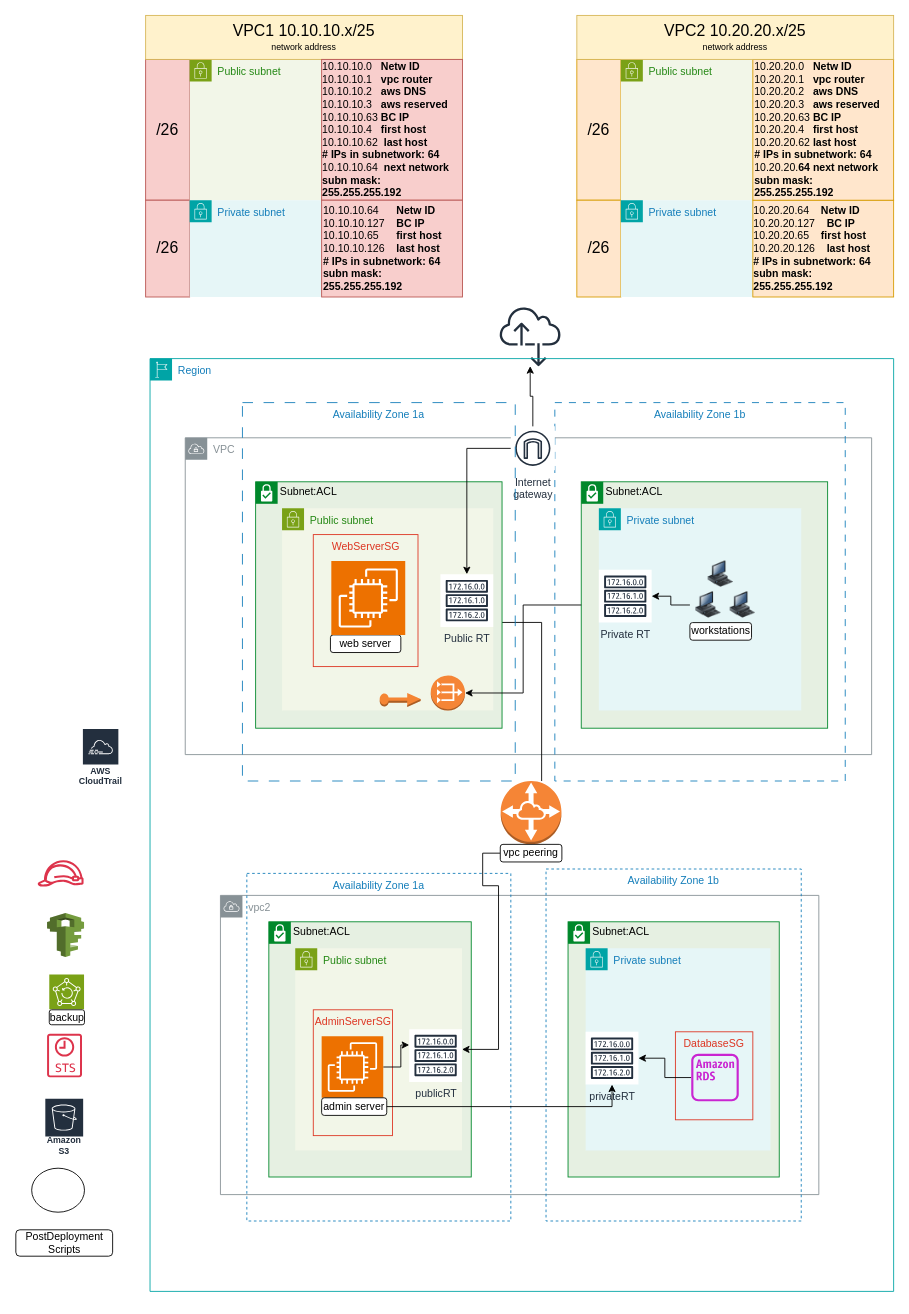
Before: 10_Final_Project/diagram_v1.0/FinalProject-v1.0.drawio in techgrounds/techgrounds-FvL69-1, a draw.io diagram. Source tidied: cells renumbered, new cells numbered last; positions are measured from the earlier drawing's top-left corner, leaving out a move shared by most shapes. Both pictures are drawn from the tidied source at 88%, with x=0, y=0 at pixel (15, 15).
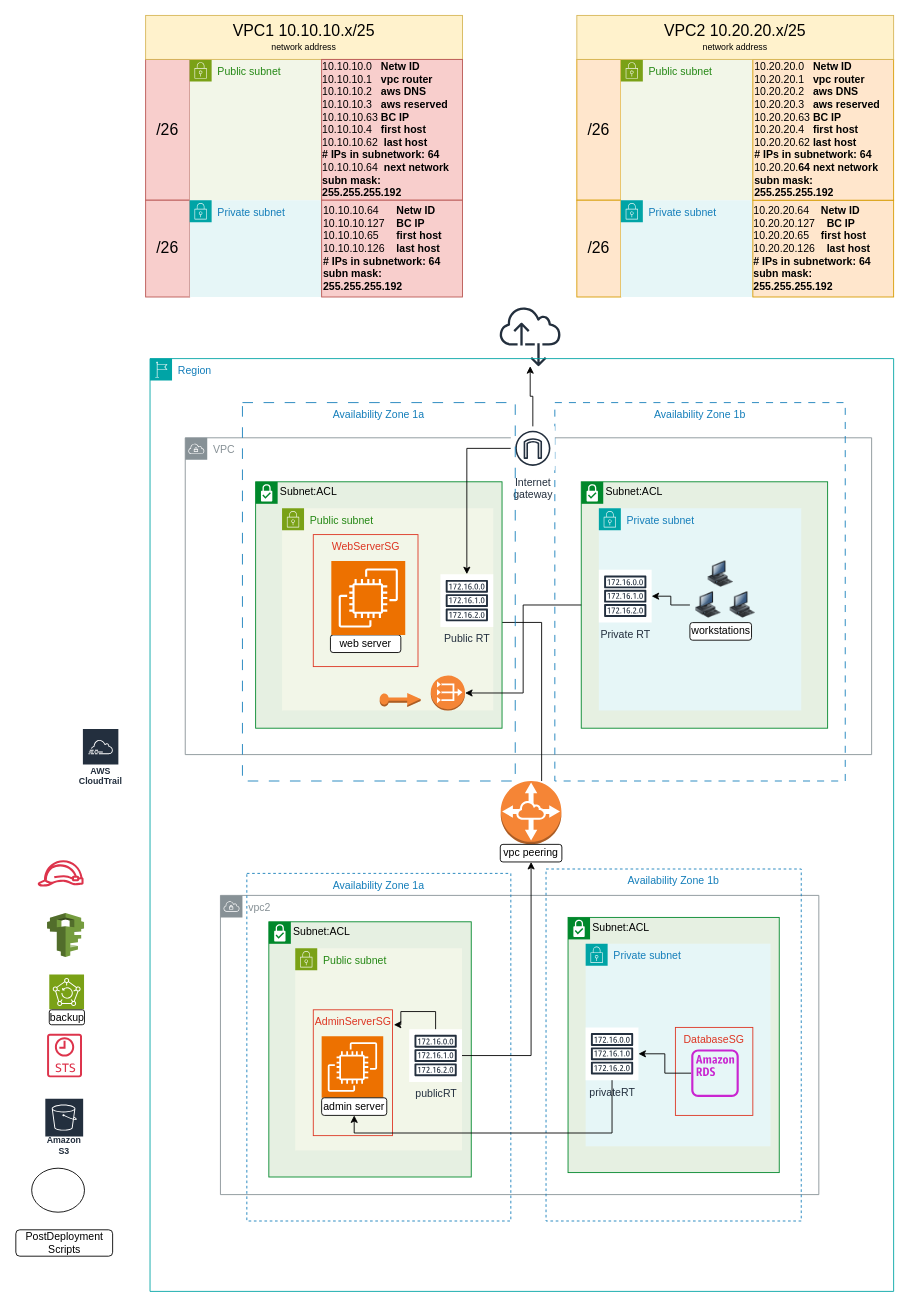
The same page after the edit.

The change refers to these unchanged cells:
```xml
<mxCell id="27" value="Region" style="points=[[0,0],[0.25,0],[0.5,0],[0.75,0],[1,0],[1,0.25],[1,0.5],[1,0.75],[1,1],[0.75,1],[0.5,1],[0.25,1],[0,1],[0,0.75],[0,0.5],[0,0.25]];outlineConnect=0;gradientColor=none;html=1;whiteSpace=wrap;fontSize=12;fontStyle=0;shape=mxgraph.aws4.group;grIcon=mxgraph.aws4.group_region;strokeColor=#00A4A6;fillColor=none;verticalAlign=top;align=left;spacingLeft=30;fontColor=#147EBA;" parent="1" vertex="1">
  <mxGeometry x="153" y="390" width="845" height="1060" as="geometry" />
</mxCell>
<mxCell id="31" value="Subnet:ACL" style="shape=mxgraph.ibm.box;prType=subnet;fontStyle=0;verticalAlign=top;align=left;spacingLeft=32;spacingTop=4;fillColor=#E6F0E2;rounded=0;whiteSpace=wrap;html=1;strokeColor=#00882B;strokeWidth=1;dashed=0;spacing=-4;" parent="27" vertex="1">
  <mxGeometry x="135" y="640" width="230" height="290" as="geometry" />
</mxCell>
<mxCell id="32" value="Public subnet" style="gradientColor=none;html=1;whiteSpace=wrap;fontSize=12;fontStyle=0;shape=mxgraph.aws4.group;grIcon=mxgraph.aws4.group_security_group;grStroke=0;strokeColor=#7AA116;fillColor=#F2F6E8;verticalAlign=top;align=left;spacingLeft=30;fontColor=#248814;dashed=0;" parent="31" vertex="1">
  <mxGeometry x="30" y="30" width="189.5" height="230" as="geometry" />
</mxCell>
<mxCell id="33" value="publicRT" style="sketch=0;outlineConnect=0;fontColor=#232F3E;gradientColor=none;strokeColor=#232F3E;fillColor=#ffffff;dashed=0;verticalLabelPosition=bottom;verticalAlign=top;align=center;html=1;fontSize=12;fontStyle=0;shape=mxgraph.aws4.resourceIcon;resIcon=mxgraph.aws4.route_table;" parent="32" vertex="1">
  <mxGeometry x="129.5" y="92" width="60" height="60" as="geometry" />
</mxCell>
<mxCell id="34" value="AdminServerSG" style="fillColor=none;strokeColor=#DD3522;verticalAlign=top;fontStyle=0;fontColor=#DD3522;whiteSpace=wrap;html=1;" parent="32" vertex="1">
  <mxGeometry x="20.5" y="70" width="90" height="143" as="geometry" />
</mxCell>
<mxCell id="36" style="sketch=0;points=[[0,0,0],[0.25,0,0],[0.5,0,0],[0.75,0,0],[1,0,0],[0,1,0],[0.25,1,0],[0.5,1,0],[0.75,1,0],[1,1,0],[0,0.25,0],[0,0.5,0],[0,0.75,0],[1,0.25,0],[1,0.5,0],[1,0.75,0]];outlineConnect=0;fontColor=#232F3E;fillColor=#ED7100;strokeColor=#ffffff;dashed=0;verticalLabelPosition=bottom;verticalAlign=top;align=center;html=1;fontSize=12;fontStyle=0;shape=mxgraph.aws4.resourceIcon;resIcon=mxgraph.aws4.ec2;" parent="31" vertex="1">
  <mxGeometry x="60" y="130" width="70" height="70" as="geometry" />
</mxCell>
<mxCell id="37" value="admin server" style="rounded=1;whiteSpace=wrap;html=1;" parent="31" vertex="1">
  <mxGeometry x="60" y="200" width="74" height="20" as="geometry" />
</mxCell>
<mxCell id="43" value="privateRT" style="sketch=0;outlineConnect=0;fontColor=#232F3E;gradientColor=none;strokeColor=#232F3E;fillColor=#ffffff;dashed=0;verticalLabelPosition=bottom;verticalAlign=top;align=center;html=1;fontSize=12;fontStyle=0;shape=mxgraph.aws4.resourceIcon;resIcon=mxgraph.aws4.route_table;" parent="38" vertex="1">
  <mxGeometry x="20" y="125" width="60" height="60" as="geometry" />
</mxCell>
<mxCell id="69" value="vpc peering" style="rounded=1;whiteSpace=wrap;html=1;" parent="27" vertex="1">
  <mxGeometry x="398" y="552" width="70" height="20" as="geometry" />
</mxCell>
```

What changed in the source:
```diff
@@
-    <mxCell id="35" style="edgeStyle=orthogonalEdgeStyle;rounded=0;jettySize=auto;html=1;" parent="31" edge="1" source="36" target="33">
-      <mxGeometry relative="1" as="geometry">
-        <Array as="points">
-          <mxPoint x="150" y="165" />
-          <mxPoint x="150" y="140" />
-        </Array>
-      </mxGeometry>
-    </mxCell>
+    <mxCell id="73" style="edgeStyle=orthogonalEdgeStyle;rounded=0;jettySize=auto;html=1;entryX=1.017;entryY=0.119;entryDx=0;entryDy=0;entryPerimeter=0;" parent="32" edge="1" source="33" target="34">
+      <mxGeometry relative="1" as="geometry">
+        <Array as="points">
+          <mxPoint x="160" y="72" />
+          <mxPoint x="120" y="72" />
+          <mxPoint x="120" y="87" />
+        </Array>
+      </mxGeometry>
+    </mxCell>
@@
     <mxCell id="38" value="Subnet:ACL" style="shape=mxgraph.ibm.box;prType=subnet;fontStyle=0;verticalAlign=top;align=left;spacingLeft=32;spacingTop=4;fillColor=#E6F0E2;rounded=0;whiteSpace=wrap;html=1;strokeColor=#00882B;strokeWidth=1;dashed=0;spacing=-4;" parent="27" vertex="1">
-      <mxGeometry x="475" y="640" width="240" height="290" as="geometry" />
+      <mxGeometry x="475" y="635" width="240" height="290" as="geometry" />
     </mxCell>
@@
-    <mxCell id="44" style="edgeStyle=orthogonalEdgeStyle;rounded=0;jettySize=auto;html=1;" parent="27" edge="1" source="69" target="33">
-      <mxGeometry relative="1" as="geometry">
-        <Array as="points">
-          <mxPoint x="378" y="562" />
-          <mxPoint x="378" y="599" />
-          <mxPoint x="396" y="599" />
-          <mxPoint x="396" y="785" />
-        </Array>
-      </mxGeometry>
-    </mxCell>
@@
-    <mxCell id="70" style="edgeStyle=orthogonalEdgeStyle;rounded=0;jettySize=auto;html=1;" parent="27" edge="1" source="37" target="43">
-      <mxGeometry relative="1" as="geometry" />
-    </mxCell>
@@
+    <mxCell id="74" style="edgeStyle=orthogonalEdgeStyle;rounded=0;jettySize=auto;html=1;" parent="27" edge="1" source="33" target="69">
+      <mxGeometry relative="1" as="geometry" />
+    </mxCell>
+    <mxCell id="75" style="edgeStyle=orthogonalEdgeStyle;rounded=0;jettySize=auto;html=1;" parent="27" edge="1" source="43" target="37">
+      <mxGeometry relative="1" as="geometry">
+        <Array as="points">
+          <mxPoint x="525" y="880" />
+          <mxPoint x="232" y="880" />
+        </Array>
+      </mxGeometry>
+    </mxCell>
```
